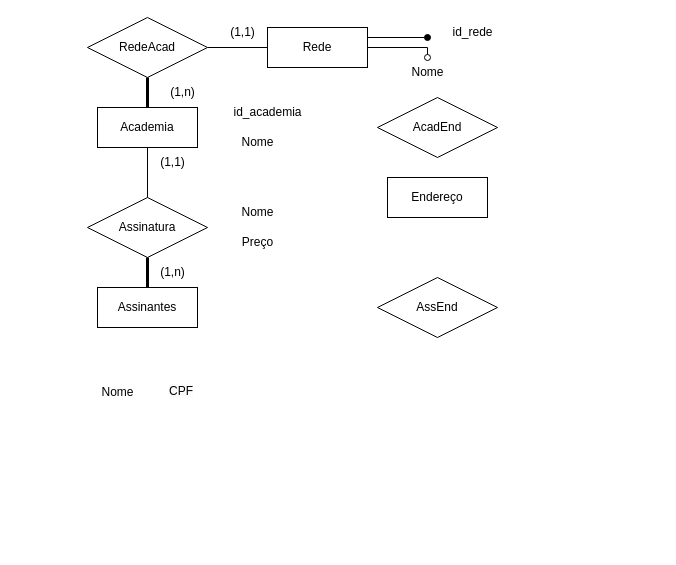
Earlier version of the draw.io diagram bdSchemasGymSchedule.drawio (NEVES070305/gymSchedule). Source tidied: cells renumbered, new cells numbered last; positions are measured from the earlier drawing's top-left corner, leaving out a move shared by most shapes. Both pictures are drawn from the tidied source at 100%, with x=0, y=0 at pixel (87, 17).
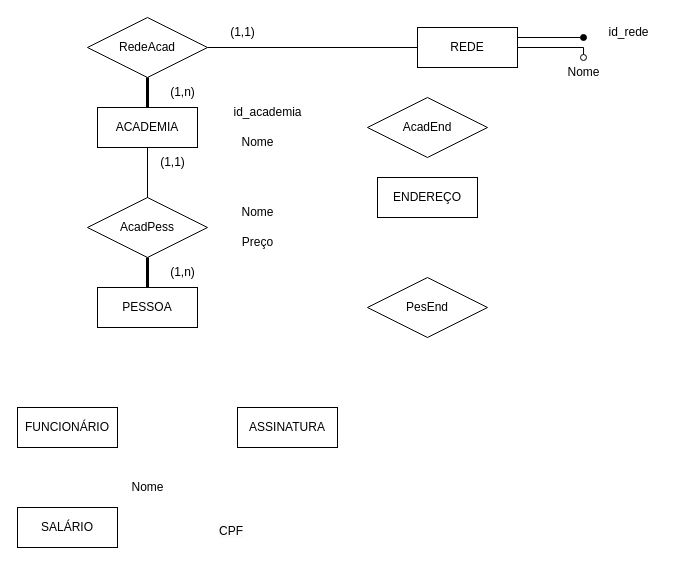
After the change.

Commit message:
Updateb dSchemasGymSchedule.drawio with entities using top-down strategy

Diff of the diagram source:
```diff
@@
-    <mxCell id="2" value="Academia" style="whiteSpace=wrap;html=1;align=center;" parent="1" vertex="1">
+    <mxCell id="2" value="ACADEMIA" style="whiteSpace=wrap;html=1;align=center;" parent="1" vertex="1">
       <mxGeometry x="10" y="90" width="100" height="40" as="geometry" />
     </mxCell>
-    <mxCell id="3" value="Assinantes" style="whiteSpace=wrap;html=1;align=center;" parent="1" vertex="1">
-      <mxGeometry x="10" y="270" width="100" height="40" as="geometry" />
-    </mxCell>
-    <mxCell id="4" value="Assinatura" style="shape=rhombus;perimeter=rhombusPerimeter;whiteSpace=wrap;html=1;align=center;" parent="1" vertex="1">
+    <mxCell id="4" value="AcadPess" style="shape=rhombus;perimeter=rhombusPerimeter;whiteSpace=wrap;html=1;align=center;" parent="1" vertex="1">
       <mxGeometry y="180" width="120" height="60" as="geometry" />
     </mxCell>
@@
-    <mxCell id="6" style="endArrow=none;html=1;rounded=0;entryX=0.5;entryY=1;entryDx=0;entryDy=0;exitX=0.5;exitY=0;exitDx=0;exitDy=0;strokeWidth=3;" parent="1" edge="1" source="3" target="4">
+    <mxCell id="6" style="endArrow=none;html=1;rounded=0;entryX=0.5;entryY=1;entryDx=0;entryDy=0;strokeWidth=3;exitX=0.5;exitY=0;exitDx=0;exitDy=0;" parent="1" edge="1" source="28" target="4">
       <mxGeometry relative="1" as="geometry" />
     </mxCell>
-    <mxCell id="7" value="Rede" style="whiteSpace=wrap;html=1;align=center;" parent="1" vertex="1">
-      <mxGeometry x="180" y="10" width="100" height="40" as="geometry" />
+    <mxCell id="7" value="REDE" style="whiteSpace=wrap;html=1;align=center;" parent="1" vertex="1">
+      <mxGeometry x="330" y="10" width="100" height="40" as="geometry" />
     </mxCell>
@@
     <mxCell id="14" value="(1,n)" style="text;html=1;align=center;verticalAlign=middle;strokeColor=none;fillColor=none;" parent="1" vertex="1">
-      <mxGeometry x="60" y="240" width="50" height="30" as="geometry" />
+      <mxGeometry x="70" y="240" width="50" height="30" as="geometry" />
     </mxCell>
     <mxCell id="15" style="endArrow=oval;html=1;rounded=0;exitX=1;exitY=0.25;exitDx=0;exitDy=0;endFill=1;" parent="1" edge="1" source="7">
       <mxGeometry relative="1" as="geometry">
-        <mxPoint x="340" y="20" as="targetPoint" />
+        <mxPoint x="496" y="20" as="targetPoint" />
       </mxGeometry>
     </mxCell>
     <mxCell id="16" value="id_rede" style="text;html=1;align=center;verticalAlign=middle;strokeColor=none;fillColor=none;" parent="1" vertex="1">
-      <mxGeometry x="355" width="60" height="30" as="geometry" />
+      <mxGeometry x="511" width="60" height="30" as="geometry" />
     </mxCell>
     <mxCell id="17" style="endArrow=oval;html=1;rounded=0;exitX=1;exitY=0.5;exitDx=0;exitDy=0;endFill=0;" parent="1" edge="1" source="7">
       <mxGeometry relative="1" as="geometry">
-        <mxPoint x="340" y="40" as="targetPoint" />
+        <mxPoint x="496" y="40" as="targetPoint" />
         <Array as="points">
-          <mxPoint x="340" y="30" />
+          <mxPoint x="496" y="30" />
         </Array>
       </mxGeometry>
     </mxCell>
     <mxCell id="18" value="Nome" style="text;html=1;align=center;verticalAlign=middle;strokeColor=none;fillColor=none;" parent="1" vertex="1">
-      <mxGeometry x="310" y="40" width="60" height="30" as="geometry" />
+      <mxGeometry x="466" y="40" width="60" height="30" as="geometry" />
     </mxCell>
     <mxCell id="19" value="Nome" style="text;html=1;align=center;verticalAlign=middle;strokeColor=none;fillColor=none;" parent="1" vertex="1">
-      <mxGeometry y="360" width="60" height="30" as="geometry" />
+      <mxGeometry x="30" y="455" width="60" height="30" as="geometry" />
     </mxCell>
     <mxCell id="20" value="&lt;span style=&quot;color: rgb(0, 0, 0); font-family: Helvetica; font-size: 12px; font-style: normal; font-variant-ligatures: normal; font-variant-caps: normal; font-weight: 400; letter-spacing: normal; orphans: 2; text-align: center; text-indent: 0px; text-transform: none; widows: 2; word-spacing: 0px; -webkit-text-stroke-width: 0px; white-space: nowrap; background-color: rgb(251, 251, 251); text-decoration-thickness: initial; text-decoration-style: initial; text-decoration-color: initial; display: inline !important; float: none;&quot;&gt;CPF&lt;/span&gt;" style="text;whiteSpace=wrap;html=1;" parent="1" vertex="1">
-      <mxGeometry x="80" y="360" width="40" height="20" as="geometry" />
+      <mxGeometry x="130" y="500" width="40" height="20" as="geometry" />
     </mxCell>
@@
-    <mxCell id="23" value="Endereço" style="whiteSpace=wrap;html=1;align=center;" parent="1" vertex="1">
-      <mxGeometry x="300" y="160" width="100" height="40" as="geometry" />
+    <mxCell id="23" value="ENDEREÇO" style="whiteSpace=wrap;html=1;align=center;" parent="1" vertex="1">
+      <mxGeometry x="290" y="160" width="100" height="40" as="geometry" />
     </mxCell>
@@
     <mxCell id="26" value="AcadEnd" style="shape=rhombus;perimeter=rhombusPerimeter;whiteSpace=wrap;html=1;align=center;" parent="1" vertex="1">
-      <mxGeometry x="290" y="80" width="120" height="60" as="geometry" />
+      <mxGeometry x="280" y="80" width="120" height="60" as="geometry" />
     </mxCell>
-    <mxCell id="27" value="AssEnd" style="shape=rhombus;perimeter=rhombusPerimeter;whiteSpace=wrap;html=1;align=center;" parent="1" vertex="1">
-      <mxGeometry x="290" y="260" width="120" height="60" as="geometry" />
+    <mxCell id="27" value="PesEnd" style="shape=rhombus;perimeter=rhombusPerimeter;whiteSpace=wrap;html=1;align=center;" parent="1" vertex="1">
+      <mxGeometry x="280" y="260" width="120" height="60" as="geometry" />
     </mxCell>
+    <mxCell id="28" value="PESSOA" style="whiteSpace=wrap;html=1;align=center;" parent="1" vertex="1">
+      <mxGeometry x="10" y="270" width="100" height="40" as="geometry" />
+    </mxCell>
+    <mxCell id="29" value="FUNCIONÁRIO" style="whiteSpace=wrap;html=1;align=center;" parent="1" vertex="1">
+      <mxGeometry x="-70" y="390" width="100" height="40" as="geometry" />
+    </mxCell>
+    <mxCell id="30" value="SALÁRIO" style="whiteSpace=wrap;html=1;align=center;" parent="1" vertex="1">
+      <mxGeometry x="-70" y="490" width="100" height="40" as="geometry" />
+    </mxCell>
+    <mxCell id="31" value="ASSINATURA" style="whiteSpace=wrap;html=1;align=center;" parent="1" vertex="1">
+      <mxGeometry x="150" y="390" width="100" height="40" as="geometry" />
+    </mxCell>
```
